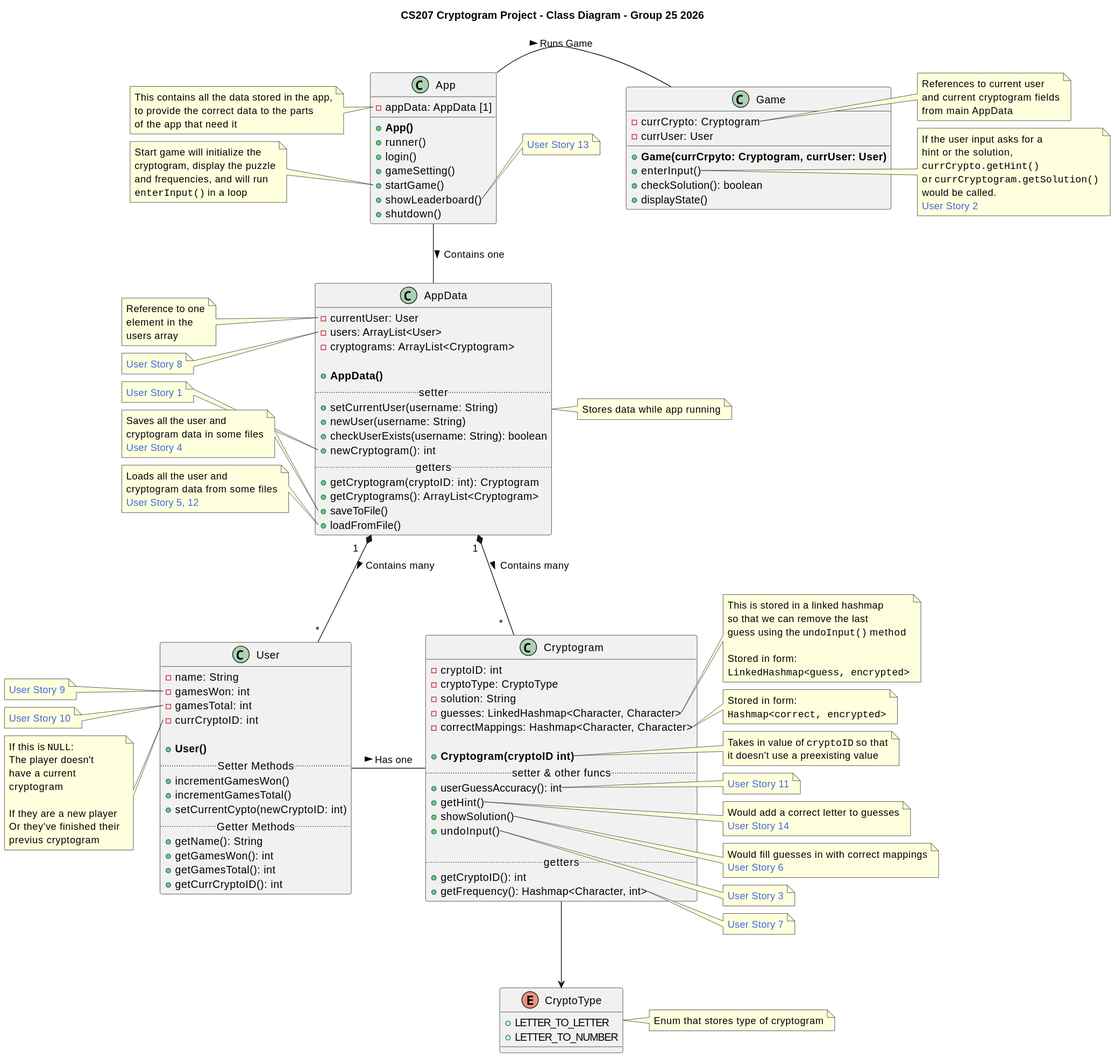
This is Class-Diagrams/src/main-CS207 Cryptogram Project - Class Diagram - Group 25 2026.svg from finlaysr/CS207-Cryptograms, a PlantUML export, as it was before one commit.
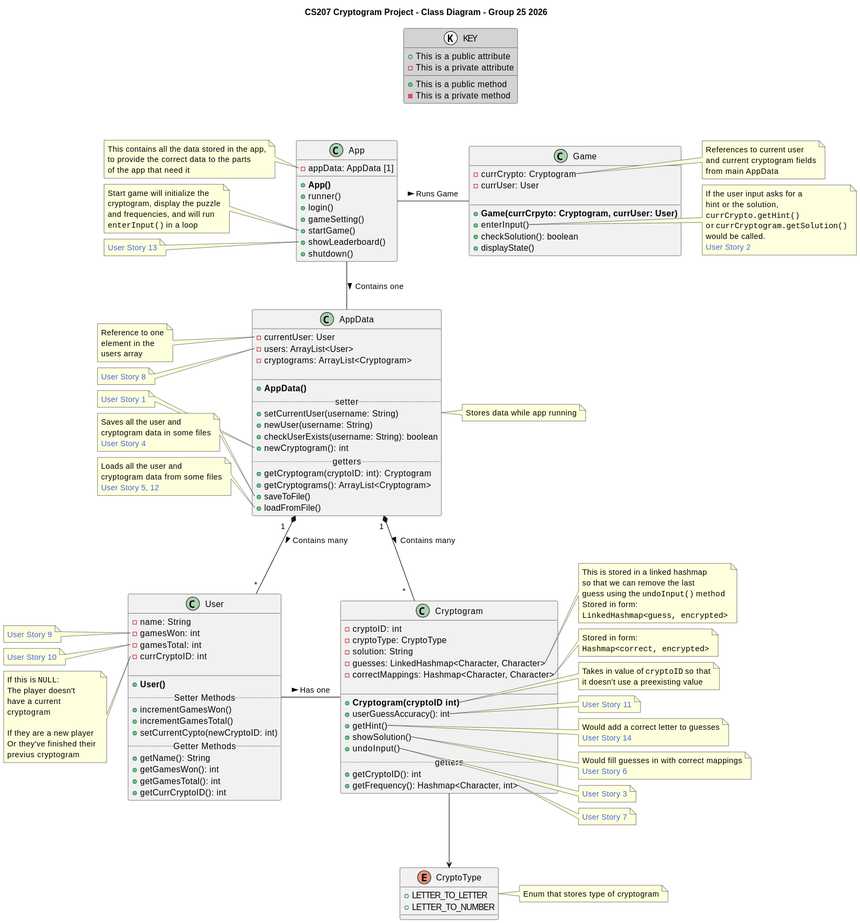
The same file after the commit.

Diff of the diagram source:
```diff
@@ -6,6 +6,13 @@
 !include ./cryptogram.puml
 !include ./user.puml
 !include ./appdata.puml
+
+class KEY << (K,white) >> #back:lightgrey {
+    + This is a public attribute
+    - This is a private attribute
+    +{method} This is a public method
+    -{method} This is a private method
+}
 
 class App{
     - appData: AppData [1]
@@ -31,7 +38,7 @@
     ""enterInput()"" in a loop
 end note
 
-note right of App::showLeaderboard
+note left of App::showLeaderboard
     <color:royalBlue>User Story 13</color>
 end note
 
@@ -43,4 +50,7 @@
 AppData "1    " *-- "*" User: > Contains many
 User - Cryptogram: > Has one
 Cryptogram --> CryptoType
+
+KEY -[hidden]- Game
+KEY -[hidden]- App
 @enduml
```
